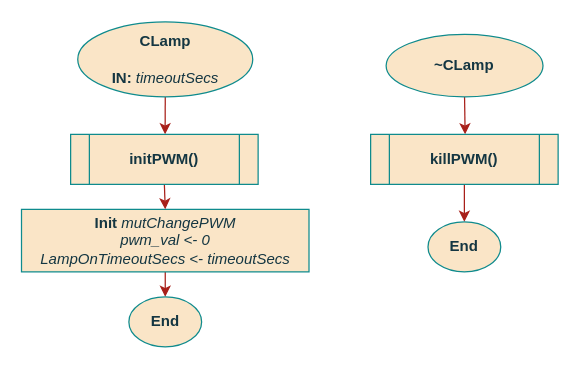
Earlier version of the draw.io diagram page "Constructor" (2 of 4) of documentation/flowcharts/02Classes/CLamp.drawio (ESRGgroup9/slipad). Source tidied: cells renumbered, new cells numbered last; positions are measured from the earlier drawing's top-left corner, leaving out a move shared by most shapes. Both pictures are drawn from the tidied source at 125%, with x=0, y=0 at pixel (21, 21).
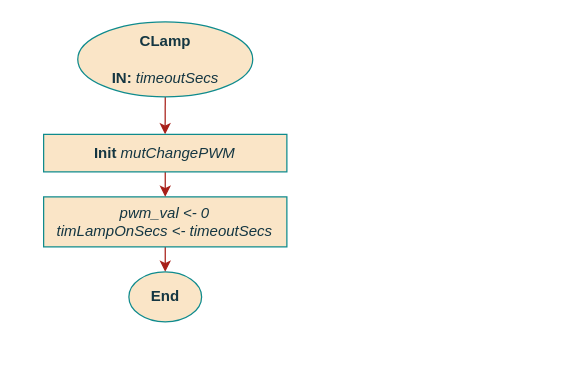
Above is the later version.

The edit, as a diff of the source:
```diff
@@
 <mxGraphModel>
   <root>
     <mxCell id="0" />
     <mxCell id="1" parent="0" />
     <mxCell id="2" style="edgeStyle=orthogonalEdgeStyle;curved=0;rounded=1;sketch=0;jettySize=auto;html=1;exitX=0.5;exitY=1;exitDx=0;exitDy=0;entryX=0.5;entryY=0;entryDx=0;entryDy=0;fontColor=#143642;strokeColor=#A8201A;fillColor=#FAE5C7;" parent="1" edge="1" source="3">
       <mxGeometry relative="1" as="geometry">
         <mxPoint x="114.6" y="90" as="targetPoint" />
       </mxGeometry>
     </mxCell>
     <mxCell id="3" value="&lt;div&gt;CLamp&lt;/div&gt;&lt;div&gt;&lt;br&gt;&lt;/div&gt;&lt;div&gt;IN: &lt;i&gt;&lt;span style=&quot;font-weight: normal&quot;&gt;timeoutSecs&lt;/span&gt;&lt;/i&gt;&lt;/div&gt;" style="ellipse;whiteSpace=wrap;html=1;fillColor=#FAE5C7;strokeColor=#0F8B8D;fontColor=#143642;fontStyle=1;" parent="1" vertex="1">
       <mxGeometry x="44.7" width="140" height="60" as="geometry" />
     </mxCell>
     <mxCell id="4" style="edgeStyle=orthogonalEdgeStyle;curved=0;rounded=1;sketch=0;jettySize=auto;html=1;exitX=0.5;exitY=1;exitDx=0;exitDy=0;entryX=0.5;entryY=0;entryDx=0;entryDy=0;fontColor=#143642;strokeColor=#A8201A;fillColor=#FAE5C7;" parent="1" edge="1" source="5">
       <mxGeometry relative="1" as="geometry">
-        <mxPoint x="114.7" y="220" as="targetPoint" />
+        <mxPoint x="114.7" y="200" as="targetPoint" />
       </mxGeometry>
     </mxCell>
-    <mxCell id="5" value="&lt;div&gt;&lt;b&gt;Init&lt;/b&gt; &lt;i&gt;mutChangePWM&lt;/i&gt;&lt;/div&gt;&lt;div&gt;&lt;i&gt;pwm_val &amp;lt;- 0&lt;/i&gt;&lt;/div&gt;&lt;div&gt;&lt;i&gt;LampOnTimeoutSecs &amp;lt;- timeoutSecs&lt;br&gt;&lt;/i&gt;&lt;/div&gt;" style="rounded=0;whiteSpace=wrap;html=1;sketch=0;fontColor=#143642;strokeColor=#0F8B8D;fillColor=#FAE5C7;" parent="1" vertex="1">
-      <mxGeometry x="-0.3" y="150" width="230" height="50" as="geometry" />
+    <mxCell id="5" value="&lt;div&gt;&lt;i&gt;pwm_val &amp;lt;- 0&lt;/i&gt;&lt;/div&gt;&lt;div&gt;&lt;i&gt;timLampOnSecs &amp;lt;- timeoutSecs&lt;br&gt;&lt;/i&gt;&lt;/div&gt;" style="rounded=0;whiteSpace=wrap;html=1;sketch=0;fontColor=#143642;strokeColor=#0F8B8D;fillColor=#FAE5C7;" parent="1" vertex="1">
+      <mxGeometry x="17.4" y="140" width="194.6" height="40" as="geometry" />
     </mxCell>
-    <mxCell id="6" style="edgeStyle=orthogonalEdgeStyle;curved=0;rounded=1;sketch=0;jettySize=auto;html=1;exitX=0.5;exitY=1;exitDx=0;exitDy=0;entryX=0.5;entryY=0;entryDx=0;entryDy=0;fontColor=#143642;strokeColor=#A8201A;fillColor=#FAE5C7;" parent="1" edge="1" source="7" target="5">
-      <mxGeometry relative="1" as="geometry" />
-    </mxCell>
-    <mxCell id="7" value="&lt;b&gt;initPWM()&lt;/b&gt;" style="shape=process;whiteSpace=wrap;html=1;backgroundOutline=1;rounded=0;sketch=0;fontColor=#143642;strokeColor=#0F8B8D;fillColor=#FAE5C7;" parent="1" vertex="1">
-      <mxGeometry x="39" y="90" width="150" height="40" as="geometry" />
-    </mxCell>
     <mxCell id="8" value="End" style="ellipse;whiteSpace=wrap;html=1;fillColor=#FAE5C7;strokeColor=#0F8B8D;fontColor=#143642;fontStyle=1;" parent="1" vertex="1">
-      <mxGeometry x="85.6" y="220" width="58.2" height="40" as="geometry" />
+      <mxGeometry x="85.6" y="200" width="58.2" height="40" as="geometry" />
     </mxCell>
-    <mxCell id="9" style="edgeStyle=orthogonalEdgeStyle;curved=0;rounded=1;sketch=0;jettySize=auto;html=1;exitX=0.5;exitY=1;exitDx=0;exitDy=0;entryX=0.5;entryY=0;entryDx=0;entryDy=0;fontColor=#143642;strokeColor=#A8201A;fillColor=#FAE5C7;" parent="1" edge="1" source="10">
-      <mxGeometry relative="1" as="geometry">
-        <mxPoint x="354.6" y="90" as="targetPoint" />
-      </mxGeometry>
-    </mxCell>
-    <mxCell id="10" value="~CLamp" style="ellipse;whiteSpace=wrap;html=1;fillColor=#FAE5C7;strokeColor=#0F8B8D;fontColor=#143642;fontStyle=1;" parent="1" vertex="1">
-      <mxGeometry x="291.4" y="10" width="125.5" height="50" as="geometry" />
-    </mxCell>
-    <mxCell id="11" style="edgeStyle=orthogonalEdgeStyle;curved=0;rounded=1;sketch=0;jettySize=auto;html=1;exitX=0.5;exitY=1;exitDx=0;exitDy=0;entryX=0.5;entryY=0;entryDx=0;entryDy=0;fontSize=11;fontColor=#143642;strokeColor=#A8201A;fillColor=#FAE5C7;" parent="1" edge="1" source="12" target="13">
-      <mxGeometry relative="1" as="geometry" />
-    </mxCell>
-    <mxCell id="12" value="&lt;b&gt;killPWM()&lt;/b&gt;" style="shape=process;whiteSpace=wrap;html=1;backgroundOutline=1;rounded=0;sketch=0;fontColor=#143642;strokeColor=#0F8B8D;fillColor=#FAE5C7;" parent="1" vertex="1">
-      <mxGeometry x="279" y="90" width="150" height="40" as="geometry" />
-    </mxCell>
-    <mxCell id="13" value="End" style="ellipse;whiteSpace=wrap;html=1;fillColor=#FAE5C7;strokeColor=#0F8B8D;fontColor=#143642;fontStyle=1;" parent="1" vertex="1">
-      <mxGeometry x="324.9" y="160" width="58.2" height="40" as="geometry" />
-    </mxCell>
+    <mxCell id="14" style="edgeStyle=orthogonalEdgeStyle;rounded=1;jettySize=auto;html=1;exitX=0.5;exitY=1;exitDx=0;exitDy=0;entryX=0.5;entryY=0;entryDx=0;entryDy=0;strokeColor=#A8201A;" parent="1" edge="1" source="15" target="5">
+      <mxGeometry relative="1" as="geometry" />
+    </mxCell>
+    <mxCell id="15" value="&lt;div&gt;&lt;b&gt;Init&lt;/b&gt; &lt;i&gt;mutChangePWM&lt;/i&gt;&lt;/div&gt;" style="rounded=0;whiteSpace=wrap;html=1;sketch=0;fontColor=#143642;strokeColor=#0F8B8D;fillColor=#FAE5C7;" parent="1" vertex="1">
+      <mxGeometry x="17.4" y="90" width="194.6" height="30" as="geometry" />
+    </mxCell>
   </root>
 </mxGraphModel>
```
